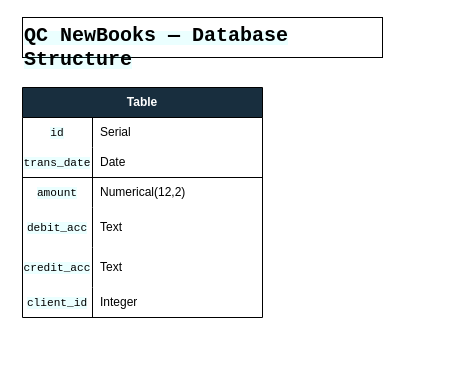
Above: page "Part B — ERD" (2 of 2) of QC_NewBooks_Diagrams.drawio in BacchusW/diagram-qc-new-books (draw.io), before the change. Source tidied: cells renumbered, new cells numbered last; positions are measured from the earlier drawing's top-left corner, leaving out a move shared by most shapes. Both pictures are drawn from the tidied source at 100%, with x=0, y=0 at pixel (22, 17).
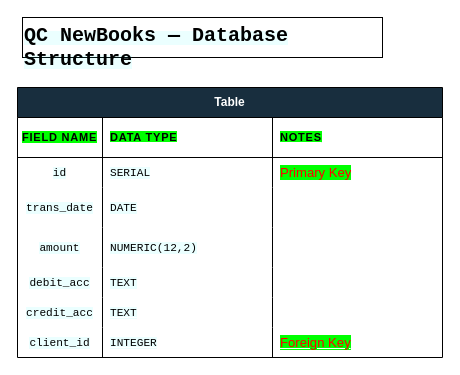
Above is the later version.

What changed in the source:
```diff
@@
     <mxCell id="3" value="Table" style="shape=table;startSize=30;childLayout=tableLayout;rowLines=0;fontStyle=1;align=center;html=1;whiteSpace=wrap;strokeColor=#000000;fontColor=#FFFFFF;fillColor=#182E3E;" parent="1" vertex="1">
-      <mxGeometry y="70" width="240" height="230" as="geometry" />
+      <mxGeometry x="-5" y="70" width="425" height="270" as="geometry" />
     </mxCell>
-    <mxCell id="4" style="shape=tableRow;horizontal=0;startSize=0;swimlaneHead=0;swimlaneBody=0;fillColor=none;top=0;left=0;right=0;bottom=0;html=1;strokeColor=#000000;fontColor=#FFFFFF;" parent="3" vertex="1">
-      <mxGeometry y="30" width="240" height="30" as="geometry" />
-    </mxCell>
-    <mxCell id="5" value="&lt;span style=&quot;font-family: &amp;quot;Share Tech Mono&amp;quot;, monospace; font-size: 11.152px; font-weight: 400; text-align: start; background-color: rgba(0, 245, 255, 0.08);&quot;&gt;&lt;font style=&quot;color: rgb(0, 0, 0);&quot;&gt;id&lt;/font&gt;&lt;/span&gt;" style="shape=partialRectangle;fillColor=none;top=0;left=0;bottom=0;right=0;fontStyle=1;overflow=hidden;html=1;whiteSpace=wrap;strokeColor=#000000;fontColor=#FFFFFF;" parent="4" vertex="1">
-      <mxGeometry width="70" height="30" as="geometry" />
-    </mxCell>
-    <mxCell id="6" value="&lt;font style=&quot;color: rgb(0, 0, 0); font-weight: normal;&quot;&gt;Serial&lt;/font&gt;" style="shape=partialRectangle;fillColor=none;top=0;left=0;bottom=0;right=0;align=left;spacingLeft=6;fontStyle=5;overflow=hidden;html=1;whiteSpace=wrap;strokeColor=#000000;fontColor=#FFFFFF;" parent="4" vertex="1">
-      <mxGeometry x="70" width="170" height="30" as="geometry" />
-    </mxCell>
     <mxCell id="7" style="shape=tableRow;horizontal=0;startSize=0;swimlaneHead=0;swimlaneBody=0;fillColor=none;top=0;left=0;right=0;bottom=1;html=1;strokeColor=#000000;fontColor=#FFFFFF;" parent="3" vertex="1">
-      <mxGeometry y="60" width="240" height="30" as="geometry" />
+      <mxGeometry y="30" width="425" height="40" as="geometry" />
     </mxCell>
-    <mxCell id="8" value="&lt;span style=&quot;font-family: &amp;quot;Share Tech Mono&amp;quot;, monospace; font-size: 11.152px; font-weight: 400; text-align: start; background-color: rgba(0, 245, 255, 0.08);&quot;&gt;&lt;font style=&quot;color: rgb(0, 0, 0);&quot;&gt;trans_date&lt;/font&gt;&lt;/span&gt;" style="shape=partialRectangle;fillColor=none;top=0;left=0;bottom=0;right=0;fontStyle=1;overflow=hidden;html=1;whiteSpace=wrap;strokeColor=#000000;fontColor=#FFFFFF;" parent="7" vertex="1">
-      <mxGeometry width="70" height="30" as="geometry" />
+    <mxCell id="8" value="&lt;span style=&quot;font-family: Rajdhani, sans-serif; font-size: 11.04px; letter-spacing: 0.7728px; text-align: left; text-transform: uppercase; background-color: rgb(0, 255, 0);&quot;&gt;&lt;font style=&quot;color: rgb(0, 0, 0);&quot;&gt;Field Name&lt;/font&gt;&lt;/span&gt;" style="shape=partialRectangle;fillColor=none;top=0;left=0;bottom=0;right=0;fontStyle=1;overflow=hidden;html=1;whiteSpace=wrap;strokeColor=#000000;fontColor=#FFFFFF;" parent="7" vertex="1">
+      <mxGeometry width="85" height="40" as="geometry" />
     </mxCell>
+    <mxCell id="22" value="&lt;span style=&quot;font-family: Rajdhani, sans-serif; font-size: 11.04px; letter-spacing: 0.7728px; text-transform: uppercase; background-color: rgb(0, 255, 0);&quot;&gt;&lt;font style=&quot;color: rgb(0, 0, 0);&quot;&gt;Data Type&lt;/font&gt;&lt;/span&gt;" style="shape=partialRectangle;fillColor=none;top=0;left=0;bottom=0;right=0;align=left;spacingLeft=6;fontStyle=5;overflow=hidden;html=1;whiteSpace=wrap;strokeColor=#000000;fontColor=#FFFFFF;" parent="7" vertex="1">
+      <mxGeometry x="85" width="170" height="40" as="geometry" />
+    </mxCell>
-    <mxCell id="9" value="&lt;font style=&quot;color: rgb(0, 0, 0); font-weight: normal;&quot;&gt;Date&lt;/font&gt;" style="shape=partialRectangle;fillColor=none;top=0;left=0;bottom=0;right=0;align=left;spacingLeft=6;fontStyle=5;overflow=hidden;html=1;whiteSpace=wrap;strokeColor=#000000;fontColor=#FFFFFF;" parent="7" vertex="1">
-      <mxGeometry x="70" width="170" height="30" as="geometry" />
+    <mxCell id="9" value="&lt;span style=&quot;font-family: Rajdhani, sans-serif; font-size: 11.04px; letter-spacing: 0.7728px; text-transform: uppercase; background-color: rgb(0, 255, 0);&quot;&gt;&lt;font style=&quot;color: rgb(0, 0, 0);&quot;&gt;Notes&lt;/font&gt;&lt;/span&gt;" style="shape=partialRectangle;fillColor=none;top=0;left=0;bottom=0;right=0;align=left;spacingLeft=6;fontStyle=5;overflow=hidden;html=1;whiteSpace=wrap;strokeColor=#000000;fontColor=#FFFFFF;" parent="7" vertex="1">
+      <mxGeometry x="255" width="170" height="40" as="geometry" />
     </mxCell>
     <mxCell id="10" style="shape=tableRow;horizontal=0;startSize=0;swimlaneHead=0;swimlaneBody=0;fillColor=none;top=0;left=0;right=0;bottom=0;html=1;strokeColor=#000000;fontColor=#FFFFFF;" parent="3" vertex="1">
-      <mxGeometry y="90" width="240" height="30" as="geometry" />
+      <mxGeometry y="70" width="425" height="30" as="geometry" />
     </mxCell>
-    <mxCell id="11" value="&lt;span style=&quot;font-family: &amp;quot;Share Tech Mono&amp;quot;, monospace; font-size: 11.152px; text-align: start; background-color: rgba(0, 245, 255, 0.08);&quot;&gt;&lt;font style=&quot;color: rgb(0, 0, 0);&quot;&gt;amount&lt;/font&gt;&lt;/span&gt;" style="shape=partialRectangle;fillColor=none;top=0;left=0;bottom=0;right=0;overflow=hidden;html=1;whiteSpace=wrap;strokeColor=#000000;fontColor=#FFFFFF;" parent="10" vertex="1">
-      <mxGeometry width="70" height="30" as="geometry" />
+    <mxCell id="11" value="&lt;span style=&quot;font-family: &amp;quot;Share Tech Mono&amp;quot;, monospace; font-size: 11.152px; text-align: start; background-color: rgba(0, 245, 255, 0.08);&quot;&gt;&lt;font style=&quot;color: rgb(0, 0, 0);&quot;&gt;id&lt;/font&gt;&lt;/span&gt;" style="shape=partialRectangle;fillColor=none;top=0;left=0;bottom=0;right=0;overflow=hidden;html=1;whiteSpace=wrap;strokeColor=#000000;fontColor=#FFFFFF;" parent="10" vertex="1">
+      <mxGeometry width="85" height="30" as="geometry" />
     </mxCell>
+    <mxCell id="23" value="&lt;span style=&quot;font-family: &amp;quot;Share Tech Mono&amp;quot;, monospace; font-size: 11.152px; background-color: rgba(0, 245, 255, 0.08);&quot;&gt;&lt;font style=&quot;color: rgb(0, 0, 0);&quot;&gt;SERIAL&lt;/font&gt;&lt;/span&gt;" style="shape=partialRectangle;fillColor=none;top=0;left=0;bottom=0;right=0;align=left;spacingLeft=6;overflow=hidden;html=1;whiteSpace=wrap;strokeColor=#000000;fontColor=#FFFFFF;" parent="10" vertex="1">
+      <mxGeometry x="85" width="170" height="30" as="geometry" />
+    </mxCell>
-    <mxCell id="12" value="&lt;font style=&quot;color: rgb(0, 0, 0);&quot;&gt;Numerical(12,2)&lt;/font&gt;" style="shape=partialRectangle;fillColor=none;top=0;left=0;bottom=0;right=0;align=left;spacingLeft=6;overflow=hidden;html=1;whiteSpace=wrap;strokeColor=#000000;fontColor=#FFFFFF;" parent="10" vertex="1">
-      <mxGeometry x="70" width="170" height="30" as="geometry" />
+    <mxCell id="12" value="&lt;span style=&quot;font-family: Barlow, sans-serif; font-size: 13.12px; background-color: rgb(0, 255, 0);&quot;&gt;&lt;font style=&quot;color: rgb(255, 0, 0);&quot;&gt;Primary Key&lt;/font&gt;&lt;/span&gt;" style="shape=partialRectangle;fillColor=none;top=0;left=0;bottom=0;right=0;align=left;spacingLeft=6;overflow=hidden;html=1;whiteSpace=wrap;strokeColor=#000000;fontColor=#FFFFFF;" parent="10" vertex="1">
+      <mxGeometry x="255" width="170" height="30" as="geometry" />
     </mxCell>
     <mxCell id="13" style="shape=tableRow;horizontal=0;startSize=0;swimlaneHead=0;swimlaneBody=0;fillColor=none;top=0;left=0;right=0;bottom=0;html=1;strokeColor=#000000;fontColor=#FFFFFF;" parent="3" vertex="1">
-      <mxGeometry y="120" width="240" height="40" as="geometry" />
+      <mxGeometry y="100" width="425" height="40" as="geometry" />
     </mxCell>
-    <mxCell id="14" value="&lt;span style=&quot;font-family: &amp;quot;Share Tech Mono&amp;quot;, monospace; font-size: 11.152px; text-align: start; background-color: rgba(0, 245, 255, 0.08);&quot;&gt;&lt;font style=&quot;color: rgb(0, 0, 0);&quot;&gt;debit_acc&lt;/font&gt;&lt;/span&gt;" style="shape=partialRectangle;fillColor=none;top=0;left=0;bottom=0;right=0;overflow=hidden;html=1;whiteSpace=wrap;strokeColor=#000000;fontColor=#FFFFFF;" parent="13" vertex="1">
-      <mxGeometry width="70" height="40" as="geometry" />
+    <mxCell id="14" value="&lt;span style=&quot;font-family: &amp;quot;Share Tech Mono&amp;quot;, monospace; font-size: 11.152px; text-align: start; background-color: rgba(0, 245, 255, 0.08);&quot;&gt;&lt;font style=&quot;color: rgb(0, 0, 0);&quot;&gt;trans_date&lt;/font&gt;&lt;/span&gt;" style="shape=partialRectangle;fillColor=none;top=0;left=0;bottom=0;right=0;overflow=hidden;html=1;whiteSpace=wrap;strokeColor=#000000;fontColor=#FFFFFF;" parent="13" vertex="1">
+      <mxGeometry width="85" height="40" as="geometry" />
     </mxCell>
+    <mxCell id="24" value="&lt;span style=&quot;font-family: &amp;quot;Share Tech Mono&amp;quot;, monospace; font-size: 11.152px; background-color: rgba(0, 245, 255, 0.08);&quot;&gt;&lt;font style=&quot;color: rgb(0, 0, 0);&quot;&gt;DATE&lt;/font&gt;&lt;/span&gt;" style="shape=partialRectangle;fillColor=none;top=0;left=0;bottom=0;right=0;align=left;spacingLeft=6;overflow=hidden;html=1;whiteSpace=wrap;strokeColor=#000000;fontColor=#FFFFFF;" parent="13" vertex="1">
+      <mxGeometry x="85" width="170" height="40" as="geometry" />
+    </mxCell>
-    <mxCell id="15" value="&lt;font style=&quot;color: rgb(0, 0, 0);&quot;&gt;Text&lt;/font&gt;" style="shape=partialRectangle;fillColor=none;top=0;left=0;bottom=0;right=0;align=left;spacingLeft=6;overflow=hidden;html=1;whiteSpace=wrap;strokeColor=#000000;fontColor=#FFFFFF;" parent="13" vertex="1">
-      <mxGeometry x="70" width="170" height="40" as="geometry" />
+    <mxCell id="15" style="shape=partialRectangle;fillColor=none;top=0;left=0;bottom=0;right=0;align=left;spacingLeft=6;overflow=hidden;html=1;whiteSpace=wrap;strokeColor=#000000;fontColor=#FFFFFF;" parent="13" vertex="1">
+      <mxGeometry x="255" width="170" height="40" as="geometry" />
     </mxCell>
     <mxCell id="16" style="shape=tableRow;horizontal=0;startSize=0;swimlaneHead=0;swimlaneBody=0;fillColor=none;top=0;left=0;right=0;bottom=0;html=1;strokeColor=#000000;fontColor=#FFFFFF;" parent="3" vertex="1">
-      <mxGeometry y="160" width="240" height="40" as="geometry" />
+      <mxGeometry y="140" width="425" height="40" as="geometry" />
     </mxCell>
-    <mxCell id="17" value="&lt;span style=&quot;font-family: &amp;quot;Share Tech Mono&amp;quot;, monospace; font-size: 11.152px; text-align: start; background-color: rgba(0, 245, 255, 0.08);&quot;&gt;&lt;font style=&quot;color: rgb(0, 0, 0);&quot;&gt;credit_acc&lt;/font&gt;&lt;/span&gt;" style="shape=partialRectangle;fillColor=none;top=0;left=0;bottom=0;right=0;overflow=hidden;html=1;whiteSpace=wrap;strokeColor=#000000;fontColor=#FFFFFF;" parent="16" vertex="1">
-      <mxGeometry width="70" height="40" as="geometry" />
+    <mxCell id="17" value="&lt;span style=&quot;font-family: &amp;quot;Share Tech Mono&amp;quot;, monospace; font-size: 11.152px; text-align: start; background-color: rgba(0, 245, 255, 0.08);&quot;&gt;&lt;font style=&quot;color: rgb(0, 0, 0);&quot;&gt;amount&lt;/font&gt;&lt;/span&gt;" style="shape=partialRectangle;fillColor=none;top=0;left=0;bottom=0;right=0;overflow=hidden;html=1;whiteSpace=wrap;strokeColor=#000000;fontColor=#FFFFFF;" parent="16" vertex="1">
+      <mxGeometry width="85" height="40" as="geometry" />
     </mxCell>
+    <mxCell id="25" value="&lt;span style=&quot;font-family: &amp;quot;Share Tech Mono&amp;quot;, monospace; font-size: 11.152px; background-color: rgba(0, 245, 255, 0.08);&quot;&gt;&lt;font style=&quot;color: rgb(0, 0, 0);&quot;&gt;NUMERIC(12,2)&lt;/font&gt;&lt;/span&gt;" style="shape=partialRectangle;fillColor=none;top=0;left=0;bottom=0;right=0;align=left;spacingLeft=6;overflow=hidden;html=1;whiteSpace=wrap;strokeColor=#000000;fontColor=#FFFFFF;" parent="16" vertex="1">
+      <mxGeometry x="85" width="170" height="40" as="geometry" />
+    </mxCell>
-    <mxCell id="18" value="&lt;font style=&quot;color: rgb(0, 0, 0);&quot;&gt;Text&lt;/font&gt;" style="shape=partialRectangle;fillColor=none;top=0;left=0;bottom=0;right=0;align=left;spacingLeft=6;overflow=hidden;html=1;whiteSpace=wrap;strokeColor=#000000;fontColor=#FFFFFF;" parent="16" vertex="1">
-      <mxGeometry x="70" width="170" height="40" as="geometry" />
+    <mxCell id="18" style="shape=partialRectangle;fillColor=none;top=0;left=0;bottom=0;right=0;align=left;spacingLeft=6;overflow=hidden;html=1;whiteSpace=wrap;strokeColor=#000000;fontColor=#FFFFFF;" parent="16" vertex="1">
+      <mxGeometry x="255" width="170" height="40" as="geometry" />
     </mxCell>
     <mxCell id="19" style="shape=tableRow;horizontal=0;startSize=0;swimlaneHead=0;swimlaneBody=0;fillColor=none;top=0;left=0;right=0;bottom=0;html=1;strokeColor=#000000;fontColor=#FFFFFF;" parent="3" vertex="1">
-      <mxGeometry y="200" width="240" height="30" as="geometry" />
+      <mxGeometry y="180" width="425" height="30" as="geometry" />
     </mxCell>
-    <mxCell id="20" value="&lt;span style=&quot;font-family: &amp;quot;Share Tech Mono&amp;quot;, monospace; font-size: 11.152px; text-align: start; background-color: rgba(0, 245, 255, 0.08);&quot;&gt;&lt;font style=&quot;color: rgb(0, 0, 0);&quot;&gt;client_id&lt;/font&gt;&lt;/span&gt;" style="shape=partialRectangle;fillColor=none;top=0;left=0;bottom=0;right=0;overflow=hidden;html=1;whiteSpace=wrap;strokeColor=#000000;fontColor=#FFFFFF;" parent="19" vertex="1">
-      <mxGeometry width="70" height="30" as="geometry" />
+    <mxCell id="20" value="&lt;span style=&quot;font-family: &amp;quot;Share Tech Mono&amp;quot;, monospace; font-size: 11.152px; text-align: start; background-color: rgba(0, 245, 255, 0.08);&quot;&gt;&lt;font style=&quot;color: rgb(0, 0, 0);&quot;&gt;debit_acc&lt;/font&gt;&lt;/span&gt;" style="shape=partialRectangle;fillColor=none;top=0;left=0;bottom=0;right=0;overflow=hidden;html=1;whiteSpace=wrap;strokeColor=#000000;fontColor=#FFFFFF;" parent="19" vertex="1">
+      <mxGeometry width="85" height="30" as="geometry" />
     </mxCell>
+    <mxCell id="26" value="&lt;span style=&quot;font-family: &amp;quot;Share Tech Mono&amp;quot;, monospace; font-size: 11.152px; background-color: rgba(0, 245, 255, 0.08);&quot;&gt;&lt;font style=&quot;color: rgb(0, 0, 0);&quot;&gt;TEXT&lt;/font&gt;&lt;/span&gt;" style="shape=partialRectangle;fillColor=none;top=0;left=0;bottom=0;right=0;align=left;spacingLeft=6;overflow=hidden;html=1;whiteSpace=wrap;strokeColor=#000000;fontColor=#FFFFFF;" parent="19" vertex="1">
+      <mxGeometry x="85" width="170" height="30" as="geometry" />
+    </mxCell>
-    <mxCell id="21" value="&lt;font style=&quot;color: rgb(0, 0, 0);&quot;&gt;Integer&lt;/font&gt;" style="shape=partialRectangle;fillColor=none;top=0;left=0;bottom=0;right=0;align=left;spacingLeft=6;overflow=hidden;html=1;whiteSpace=wrap;strokeColor=#000000;fontColor=#FFFFFF;" parent="19" vertex="1">
-      <mxGeometry x="70" width="170" height="30" as="geometry" />
+    <mxCell id="21" style="shape=partialRectangle;fillColor=none;top=0;left=0;bottom=0;right=0;align=left;spacingLeft=6;overflow=hidden;html=1;whiteSpace=wrap;strokeColor=#000000;fontColor=#FFFFFF;" parent="19" vertex="1">
+      <mxGeometry x="255" width="170" height="30" as="geometry" />
     </mxCell>
+    <mxCell id="27" style="shape=tableRow;horizontal=0;startSize=0;swimlaneHead=0;swimlaneBody=0;fillColor=none;top=0;left=0;right=0;bottom=0;html=1;strokeColor=#000000;fontColor=#FFFFFF;" parent="3" vertex="1">
+      <mxGeometry y="210" width="425" height="30" as="geometry" />
+    </mxCell>
+    <mxCell id="28" value="&lt;span style=&quot;font-family: &amp;quot;Share Tech Mono&amp;quot;, monospace; font-size: 11.152px; font-weight: 400; text-align: start; background-color: rgba(0, 245, 255, 0.08);&quot;&gt;&lt;font style=&quot;color: rgb(0, 0, 0);&quot;&gt;credit_acc&lt;/font&gt;&lt;/span&gt;" style="shape=partialRectangle;fillColor=none;top=0;left=0;bottom=0;right=0;fontStyle=1;overflow=hidden;html=1;whiteSpace=wrap;strokeColor=#000000;fontColor=#FFFFFF;" parent="27" vertex="1">
+      <mxGeometry width="85" height="30" as="geometry" />
+    </mxCell>
+    <mxCell id="29" value="&lt;span style=&quot;font-family: &amp;quot;Share Tech Mono&amp;quot;, monospace; font-size: 11.152px; font-weight: 400; background-color: rgba(0, 245, 255, 0.08);&quot;&gt;&lt;font style=&quot;color: rgb(0, 0, 0);&quot;&gt;TEXT&lt;/font&gt;&lt;/span&gt;" style="shape=partialRectangle;fillColor=none;top=0;left=0;bottom=0;right=0;align=left;spacingLeft=6;fontStyle=5;overflow=hidden;html=1;whiteSpace=wrap;strokeColor=#000000;fontColor=#FFFFFF;" parent="27" vertex="1">
+      <mxGeometry x="85" width="170" height="30" as="geometry" />
+    </mxCell>
+    <mxCell id="30" style="shape=partialRectangle;fillColor=none;top=0;left=0;bottom=0;right=0;align=left;spacingLeft=6;fontStyle=5;overflow=hidden;html=1;whiteSpace=wrap;strokeColor=#000000;fontColor=#FFFFFF;" parent="27" vertex="1">
+      <mxGeometry x="255" width="170" height="30" as="geometry" />
+    </mxCell>
+    <mxCell id="31" style="shape=tableRow;horizontal=0;startSize=0;swimlaneHead=0;swimlaneBody=0;fillColor=none;top=0;left=0;right=0;bottom=0;html=1;strokeColor=#000000;fontColor=#FFFFFF;" parent="3" vertex="1">
+      <mxGeometry y="240" width="425" height="30" as="geometry" />
+    </mxCell>
+    <mxCell id="32" value="&lt;span style=&quot;font-family: &amp;quot;Share Tech Mono&amp;quot;, monospace; font-size: 11.152px; font-weight: 400; text-align: start; background-color: rgba(0, 245, 255, 0.08);&quot;&gt;&lt;font style=&quot;color: rgb(0, 0, 0);&quot;&gt;client_id&lt;/font&gt;&lt;/span&gt;" style="shape=partialRectangle;fillColor=none;top=0;left=0;bottom=0;right=0;fontStyle=1;overflow=hidden;html=1;whiteSpace=wrap;strokeColor=#000000;fontColor=#FFFFFF;" parent="31" vertex="1">
+      <mxGeometry width="85" height="30" as="geometry" />
+    </mxCell>
+    <mxCell id="33" value="&lt;span style=&quot;font-family: &amp;quot;Share Tech Mono&amp;quot;, monospace; font-size: 11.152px; font-weight: 400; background-color: rgba(0, 245, 255, 0.08);&quot;&gt;&lt;font style=&quot;color: rgb(0, 0, 0);&quot;&gt;INTEGER&lt;/font&gt;&lt;/span&gt;" style="shape=partialRectangle;fillColor=none;top=0;left=0;bottom=0;right=0;align=left;spacingLeft=6;fontStyle=5;overflow=hidden;html=1;whiteSpace=wrap;strokeColor=#000000;fontColor=#FFFFFF;" parent="31" vertex="1">
+      <mxGeometry x="85" width="170" height="30" as="geometry" />
+    </mxCell>
+    <mxCell id="34" value="&lt;span style=&quot;font-family: Barlow, sans-serif; font-size: 13.12px; font-weight: 400; background-color: rgb(0, 255, 0);&quot;&gt;&lt;font style=&quot;color: rgb(255, 0, 0);&quot;&gt;Foreign Key&lt;/font&gt;&lt;/span&gt;" style="shape=partialRectangle;fillColor=none;top=0;left=0;bottom=0;right=0;align=left;spacingLeft=6;fontStyle=5;overflow=hidden;html=1;whiteSpace=wrap;strokeColor=#000000;fontColor=#FFFFFF;" parent="31" vertex="1">
+      <mxGeometry x="255" width="170" height="30" as="geometry" />
+    </mxCell>
```
